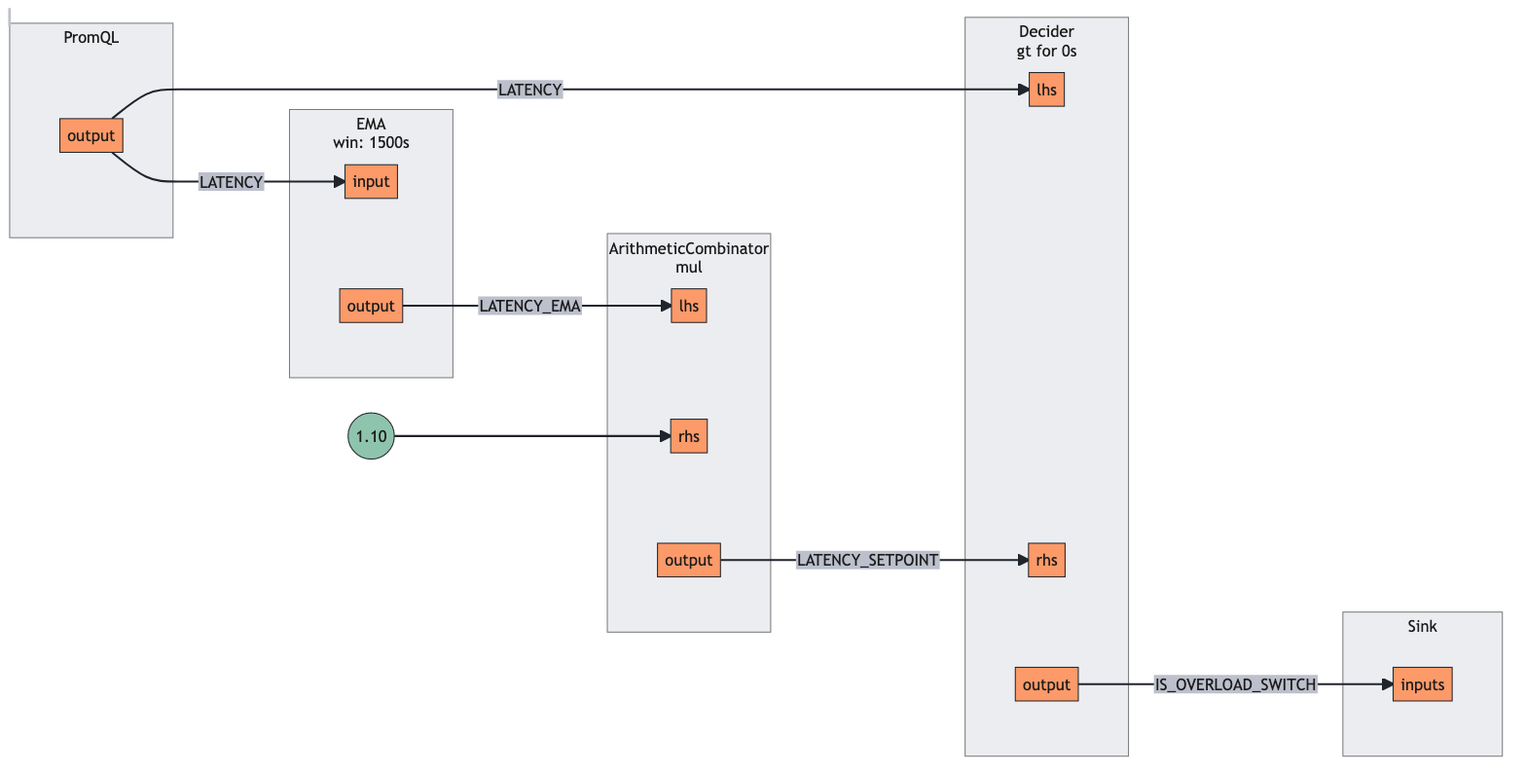
dataongunlaws/aperture keeps this Mermaid diagram as docs/content/tutorials/signal-processing/assets/detecting-overload/detecting-overload.mmd.png. Above is the earlier version. Its source is kept beside it as docs/content/tutorials/signal-processing/assets/detecting-overload/detecting-overload.mmd.
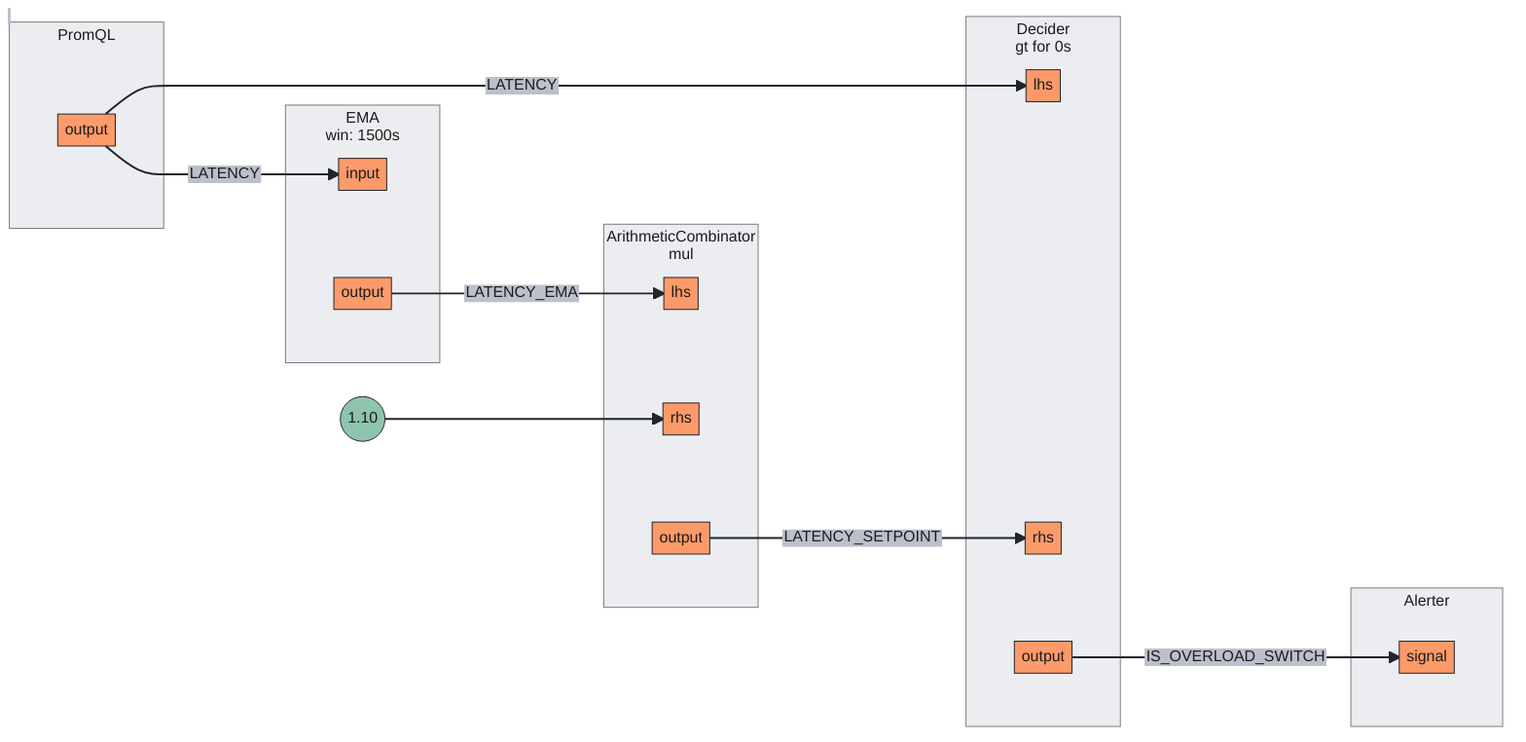
After the commit.

What changed in the source:
```diff
@@ -39,14 +39,14 @@
 3output[output]
 end
 end
-subgraph 4[Sink]
+subgraph 4[Alerter]
 subgraph 4_inports[ ]
 style 4_inports fill:none,stroke:none
-4inputs[inputs]
+4signal[signal]
 end
 end
 0output --> |LATENCY| 1input
 0output --> |LATENCY| 3lhs
 1output --> |LATENCY_EMA| 2lhs
 2output --> |LATENCY_SETPOINT| 3rhs
-3output --> |IS_OVERLOAD_SWITCH| 4inputs
+3output --> |IS_OVERLOAD_SWITCH| 4signal
```
